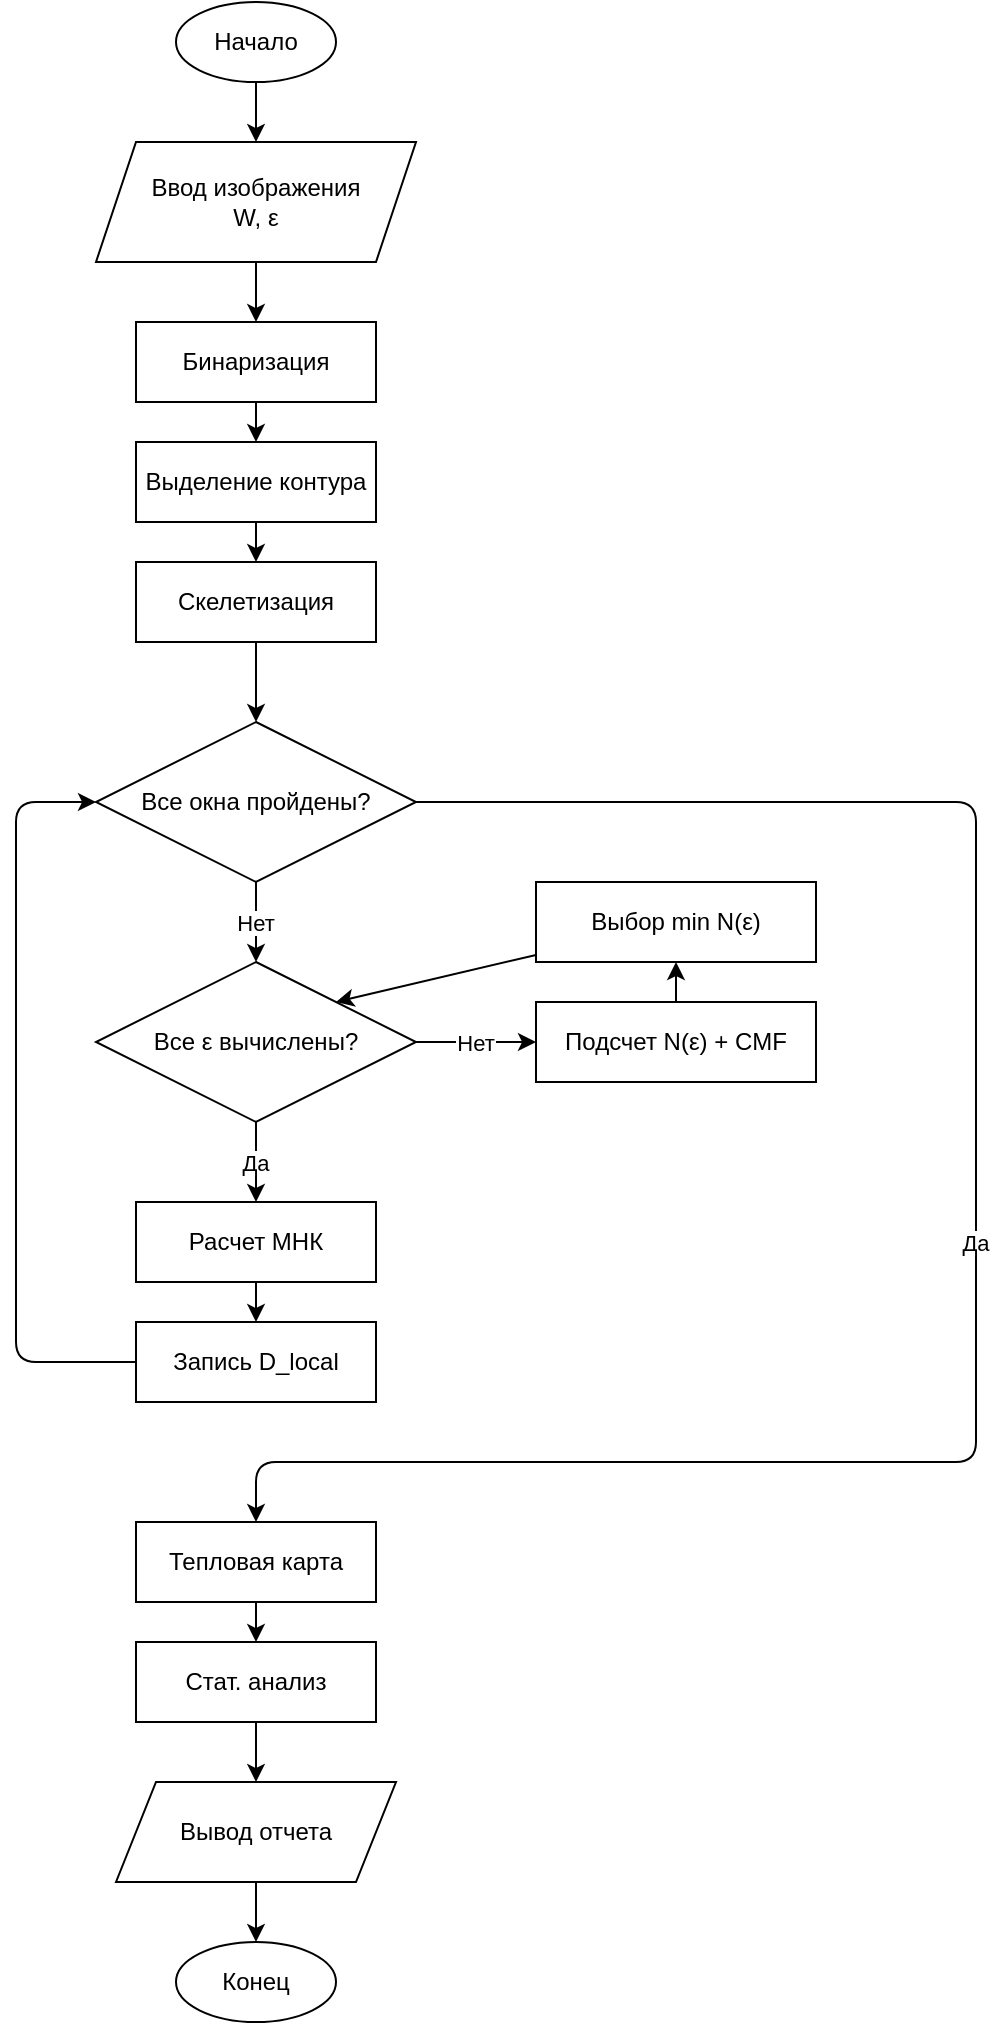
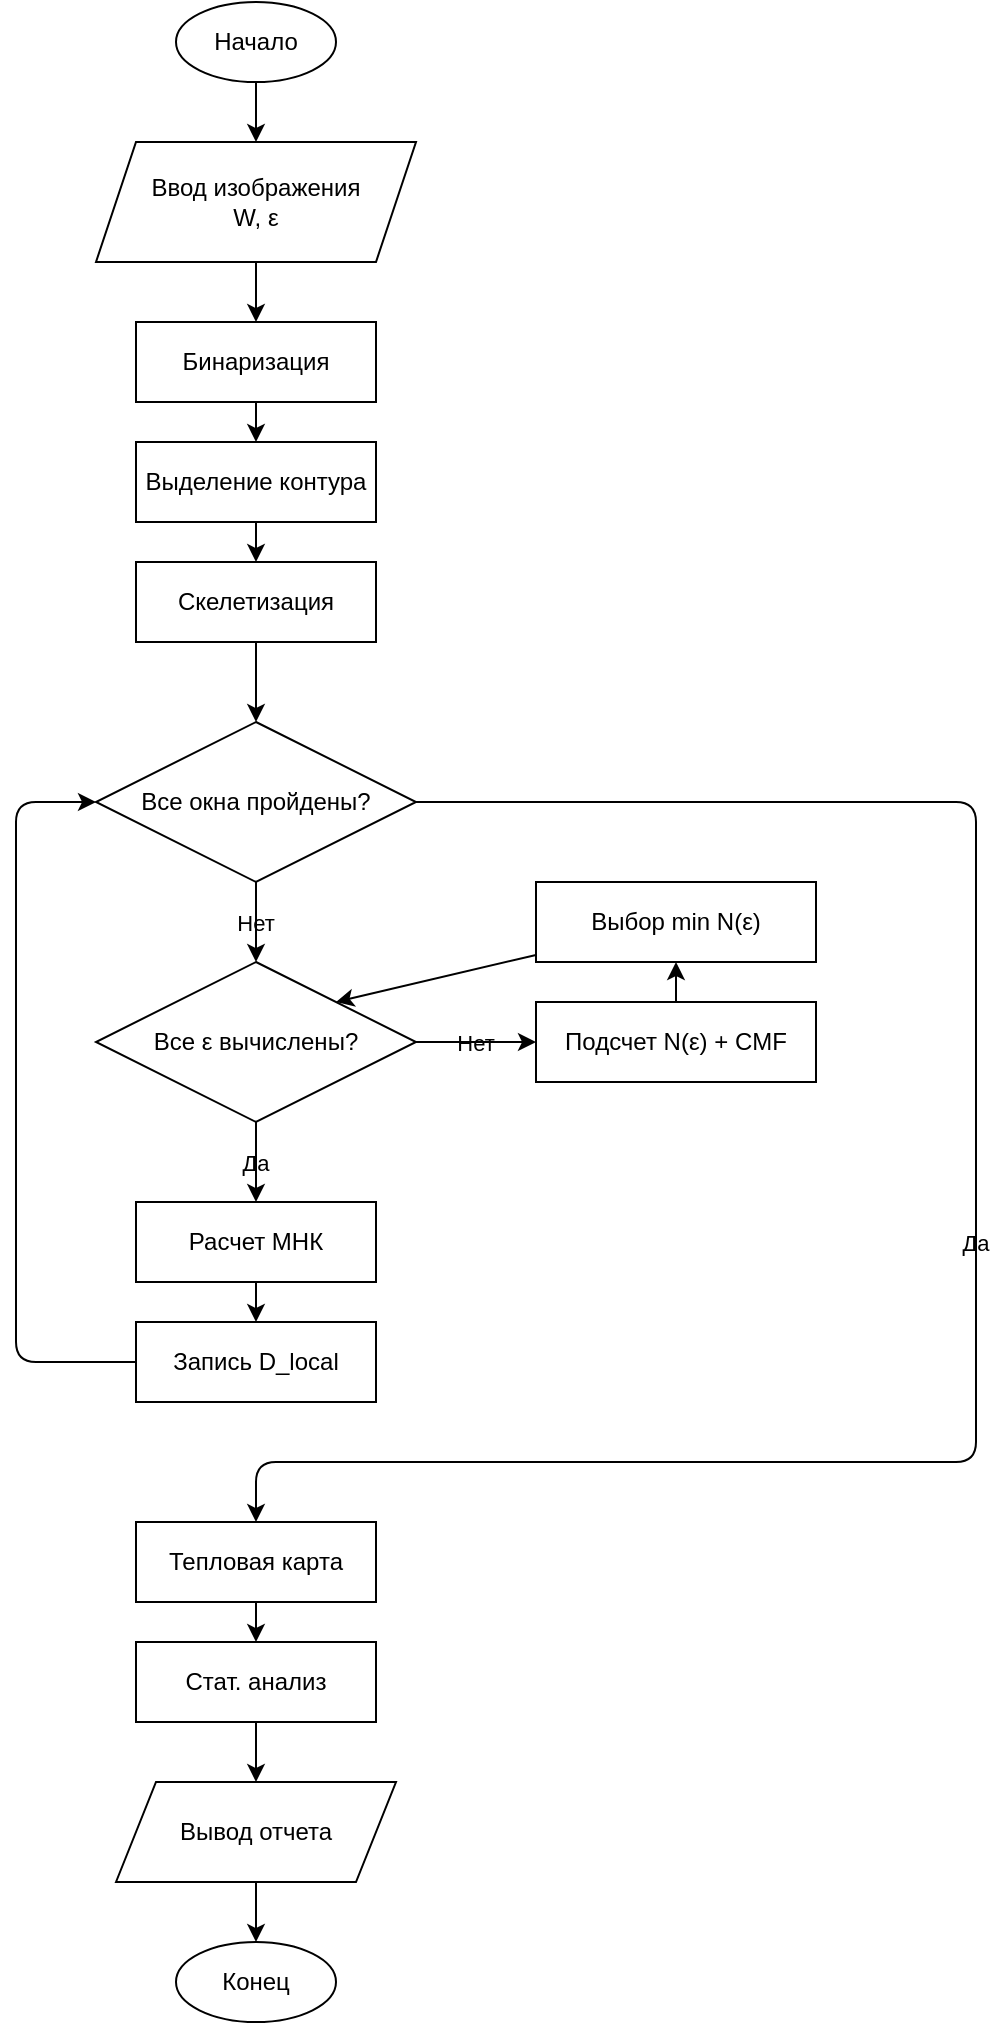
<mxfile host="app.diagrams.net" agent="Mozilla/5.0 (Windows NT 10.0; Win64; x64) AppleWebKit/537.36 (KHTML, like Gecko) Chrome/146.0.0.0 Safari/537.36">
  <diagram name="Страница-1" id="5RszcFqm--sPhPtSSHNC">
-     <mxGraphModel dx="1334" dy="853" grid="1" gridSize="10" guides="1" tooltips="1" connect="1" arrows="1" fold="1" page="1" pageScale="1" pageWidth="827" pageHeight="1169" math="0" shadow="0">
+     <mxGraphModel dx="1942" dy="1052" grid="1" gridSize="10" guides="1" tooltips="1" connect="1" arrows="1" fold="1" page="1" pageScale="1" pageWidth="827" pageHeight="1169" math="0" shadow="0">
      <root>
        <mxCell id="0" />
        <mxCell id="1" parent="0" />
-         <mxCell id="rsp-gIEi3x-SC83Q4U99-33" parent="1" style="ellipse;whiteSpace=wrap;" value="Начало" vertex="1">
+         <mxCell id="rsp-gIEi3x-SC83Q4U99-33" parent="1" style="ellipse;whiteSpace=wrap;labelBackgroundColor=none;" value="Начало" vertex="1">
          <mxGeometry height="40" width="80" x="320" y="20" as="geometry" />
        </mxCell>
-         <mxCell id="rsp-gIEi3x-SC83Q4U99-34" parent="1" style="shape=parallelogram;fixedSize=1;whiteSpace=wrap;" value="Ввод изображения&#xa;W, ε" vertex="1">
+         <mxCell id="rsp-gIEi3x-SC83Q4U99-34" parent="1" style="shape=parallelogram;fixedSize=1;whiteSpace=wrap;labelBackgroundColor=none;" value="Ввод изображения&#xa;W, ε" vertex="1">
          <mxGeometry height="60" width="160" x="280" y="90" as="geometry" />
        </mxCell>
-         <mxCell id="rsp-gIEi3x-SC83Q4U99-35" parent="1" style="rounded=0;whiteSpace=wrap;" value="Бинаризация" vertex="1">
+         <mxCell id="rsp-gIEi3x-SC83Q4U99-35" parent="1" style="rounded=0;whiteSpace=wrap;labelBackgroundColor=none;" value="Бинаризация" vertex="1">
          <mxGeometry height="40" width="120" x="300" y="180" as="geometry" />
        </mxCell>
-         <mxCell id="rsp-gIEi3x-SC83Q4U99-36" parent="1" style="rounded=0;whiteSpace=wrap;" value="Выделение контура" vertex="1">
+         <mxCell id="rsp-gIEi3x-SC83Q4U99-36" parent="1" style="rounded=0;whiteSpace=wrap;labelBackgroundColor=none;" value="Выделение контура" vertex="1">
          <mxGeometry height="40" width="120" x="300" y="240" as="geometry" />
        </mxCell>
-         <mxCell id="rsp-gIEi3x-SC83Q4U99-37" parent="1" style="rounded=0;whiteSpace=wrap;" value="Скелетизация" vertex="1">
+         <mxCell id="rsp-gIEi3x-SC83Q4U99-37" parent="1" style="rounded=0;whiteSpace=wrap;labelBackgroundColor=none;" value="Скелетизация" vertex="1">
          <mxGeometry height="40" width="120" x="300" y="300" as="geometry" />
        </mxCell>
-         <mxCell id="rsp-gIEi3x-SC83Q4U99-38" parent="1" style="rhombus;whiteSpace=wrap;" value="Все окна пройдены?" vertex="1">
+         <mxCell id="rsp-gIEi3x-SC83Q4U99-38" parent="1" style="rhombus;whiteSpace=wrap;labelBackgroundColor=none;" value="Все окна пройдены?" vertex="1">
          <mxGeometry height="80" width="160" x="280" y="380" as="geometry" />
        </mxCell>
-         <mxCell id="rsp-gIEi3x-SC83Q4U99-39" parent="1" style="rhombus;whiteSpace=wrap;" value="Все ε вычислены?" vertex="1">
+         <mxCell id="rsp-gIEi3x-SC83Q4U99-39" parent="1" style="rhombus;whiteSpace=wrap;labelBackgroundColor=none;" value="Все ε вычислены?" vertex="1">
          <mxGeometry height="80" width="160" x="280" y="500" as="geometry" />
        </mxCell>
-         <mxCell id="rsp-gIEi3x-SC83Q4U99-40" parent="1" style="rounded=0;whiteSpace=wrap;" value="Подсчет N(ε) + CMF" vertex="1">
+         <mxCell id="rsp-gIEi3x-SC83Q4U99-40" parent="1" style="rounded=0;whiteSpace=wrap;labelBackgroundColor=none;" value="Подсчет N(ε) + CMF" vertex="1">
          <mxGeometry height="40" width="140" x="500" y="520" as="geometry" />
        </mxCell>
-         <mxCell id="rsp-gIEi3x-SC83Q4U99-41" parent="1" style="rounded=0;whiteSpace=wrap;" value="Выбор min N(ε)" vertex="1">
+         <mxCell id="rsp-gIEi3x-SC83Q4U99-41" parent="1" style="rounded=0;whiteSpace=wrap;labelBackgroundColor=none;" value="Выбор min N(ε)" vertex="1">
          <mxGeometry height="40" width="140" x="500" y="460" as="geometry" />
        </mxCell>
-         <mxCell id="rsp-gIEi3x-SC83Q4U99-42" parent="1" style="rounded=0;whiteSpace=wrap;" value="Расчет МНК" vertex="1">
+         <mxCell id="rsp-gIEi3x-SC83Q4U99-42" parent="1" style="rounded=0;whiteSpace=wrap;labelBackgroundColor=none;" value="Расчет МНК" vertex="1">
          <mxGeometry height="40" width="120" x="300" y="620" as="geometry" />
        </mxCell>
-         <mxCell id="rsp-gIEi3x-SC83Q4U99-43" parent="1" style="rounded=0;whiteSpace=wrap;" value="Запись D_local" vertex="1">
+         <mxCell id="rsp-gIEi3x-SC83Q4U99-43" parent="1" style="rounded=0;whiteSpace=wrap;labelBackgroundColor=none;" value="Запись D_local" vertex="1">
          <mxGeometry height="40" width="120" x="300" y="680" as="geometry" />
        </mxCell>
-         <mxCell id="rsp-gIEi3x-SC83Q4U99-44" parent="1" style="rounded=0;whiteSpace=wrap;" value="Тепловая карта" vertex="1">
+         <mxCell id="rsp-gIEi3x-SC83Q4U99-44" parent="1" style="rounded=0;whiteSpace=wrap;labelBackgroundColor=none;" value="Тепловая карта" vertex="1">
          <mxGeometry height="40" width="120" x="300" y="780" as="geometry" />
        </mxCell>
-         <mxCell id="rsp-gIEi3x-SC83Q4U99-45" parent="1" style="rounded=0;whiteSpace=wrap;" value="Стат. анализ" vertex="1">
+         <mxCell id="rsp-gIEi3x-SC83Q4U99-45" parent="1" style="rounded=0;whiteSpace=wrap;labelBackgroundColor=none;" value="Стат. анализ" vertex="1">
          <mxGeometry height="40" width="120" x="300" y="840" as="geometry" />
        </mxCell>
-         <mxCell id="rsp-gIEi3x-SC83Q4U99-46" parent="1" style="shape=parallelogram;fixedSize=1;whiteSpace=wrap;" value="Вывод отчета" vertex="1">
+         <mxCell id="rsp-gIEi3x-SC83Q4U99-46" parent="1" style="shape=parallelogram;fixedSize=1;whiteSpace=wrap;labelBackgroundColor=none;" value="Вывод отчета" vertex="1">
          <mxGeometry height="50" width="140" x="290" y="910" as="geometry" />
        </mxCell>
-         <mxCell id="rsp-gIEi3x-SC83Q4U99-47" parent="1" style="ellipse;whiteSpace=wrap;" value="Конец" vertex="1">
+         <mxCell id="rsp-gIEi3x-SC83Q4U99-47" parent="1" style="ellipse;whiteSpace=wrap;labelBackgroundColor=none;" value="Конец" vertex="1">
          <mxGeometry height="40" width="80" x="320" y="990" as="geometry" />
        </mxCell>
-         <mxCell id="rsp-gIEi3x-SC83Q4U99-48" edge="1" parent="1" source="rsp-gIEi3x-SC83Q4U99-33" target="rsp-gIEi3x-SC83Q4U99-34">
+         <mxCell id="rsp-gIEi3x-SC83Q4U99-48" edge="1" parent="1" source="rsp-gIEi3x-SC83Q4U99-33" style="labelBackgroundColor=none;fontColor=default;" target="rsp-gIEi3x-SC83Q4U99-34">
          <mxGeometry relative="1" as="geometry" />
        </mxCell>
-         <mxCell id="rsp-gIEi3x-SC83Q4U99-49" edge="1" parent="1" source="rsp-gIEi3x-SC83Q4U99-34" target="rsp-gIEi3x-SC83Q4U99-35">
+         <mxCell id="rsp-gIEi3x-SC83Q4U99-49" edge="1" parent="1" source="rsp-gIEi3x-SC83Q4U99-34" style="labelBackgroundColor=none;fontColor=default;" target="rsp-gIEi3x-SC83Q4U99-35">
          <mxGeometry relative="1" as="geometry" />
        </mxCell>
-         <mxCell id="rsp-gIEi3x-SC83Q4U99-50" edge="1" parent="1" source="rsp-gIEi3x-SC83Q4U99-35" target="rsp-gIEi3x-SC83Q4U99-36">
+         <mxCell id="rsp-gIEi3x-SC83Q4U99-50" edge="1" parent="1" source="rsp-gIEi3x-SC83Q4U99-35" style="labelBackgroundColor=none;fontColor=default;" target="rsp-gIEi3x-SC83Q4U99-36">
          <mxGeometry relative="1" as="geometry" />
        </mxCell>
-         <mxCell id="rsp-gIEi3x-SC83Q4U99-51" edge="1" parent="1" source="rsp-gIEi3x-SC83Q4U99-36" target="rsp-gIEi3x-SC83Q4U99-37">
+         <mxCell id="rsp-gIEi3x-SC83Q4U99-51" edge="1" parent="1" source="rsp-gIEi3x-SC83Q4U99-36" style="labelBackgroundColor=none;fontColor=default;" target="rsp-gIEi3x-SC83Q4U99-37">
          <mxGeometry relative="1" as="geometry" />
        </mxCell>
-         <mxCell id="rsp-gIEi3x-SC83Q4U99-52" edge="1" parent="1" source="rsp-gIEi3x-SC83Q4U99-37" target="rsp-gIEi3x-SC83Q4U99-38">
+         <mxCell id="rsp-gIEi3x-SC83Q4U99-52" edge="1" parent="1" source="rsp-gIEi3x-SC83Q4U99-37" style="labelBackgroundColor=none;fontColor=default;" target="rsp-gIEi3x-SC83Q4U99-38">
          <mxGeometry relative="1" as="geometry" />
        </mxCell>
-         <mxCell id="rsp-gIEi3x-SC83Q4U99-53" edge="1" parent="1" source="rsp-gIEi3x-SC83Q4U99-38" target="rsp-gIEi3x-SC83Q4U99-39" value="Нет">
+         <mxCell id="rsp-gIEi3x-SC83Q4U99-53" edge="1" parent="1" source="rsp-gIEi3x-SC83Q4U99-38" style="labelBackgroundColor=none;fontColor=default;" target="rsp-gIEi3x-SC83Q4U99-39" value="Нет">
          <mxGeometry relative="1" as="geometry" />
        </mxCell>
-         <mxCell id="rsp-gIEi3x-SC83Q4U99-54" edge="1" parent="1" source="rsp-gIEi3x-SC83Q4U99-39" target="rsp-gIEi3x-SC83Q4U99-40" value="Нет">
+         <mxCell id="rsp-gIEi3x-SC83Q4U99-54" edge="1" parent="1" source="rsp-gIEi3x-SC83Q4U99-39" style="labelBackgroundColor=none;fontColor=default;" target="rsp-gIEi3x-SC83Q4U99-40" value="Нет">
          <mxGeometry relative="1" as="geometry" />
        </mxCell>
-         <mxCell id="rsp-gIEi3x-SC83Q4U99-55" edge="1" parent="1" source="rsp-gIEi3x-SC83Q4U99-40" target="rsp-gIEi3x-SC83Q4U99-41">
+         <mxCell id="rsp-gIEi3x-SC83Q4U99-55" edge="1" parent="1" source="rsp-gIEi3x-SC83Q4U99-40" style="labelBackgroundColor=none;fontColor=default;" target="rsp-gIEi3x-SC83Q4U99-41">
          <mxGeometry relative="1" as="geometry" />
        </mxCell>
-         <mxCell id="rsp-gIEi3x-SC83Q4U99-56" edge="1" parent="1" source="rsp-gIEi3x-SC83Q4U99-41" style="entryX=1;entryY=0;" target="rsp-gIEi3x-SC83Q4U99-39">
+         <mxCell id="rsp-gIEi3x-SC83Q4U99-56" edge="1" parent="1" source="rsp-gIEi3x-SC83Q4U99-41" style="entryX=1;entryY=0;labelBackgroundColor=none;fontColor=default;" target="rsp-gIEi3x-SC83Q4U99-39">
          <mxGeometry relative="1" as="geometry" />
        </mxCell>
-         <mxCell id="rsp-gIEi3x-SC83Q4U99-57" edge="1" parent="1" source="rsp-gIEi3x-SC83Q4U99-39" target="rsp-gIEi3x-SC83Q4U99-42" value="Да">
+         <mxCell id="rsp-gIEi3x-SC83Q4U99-57" edge="1" parent="1" source="rsp-gIEi3x-SC83Q4U99-39" style="labelBackgroundColor=none;fontColor=default;" target="rsp-gIEi3x-SC83Q4U99-42" value="Да">
          <mxGeometry relative="1" as="geometry" />
        </mxCell>
-         <mxCell id="rsp-gIEi3x-SC83Q4U99-58" edge="1" parent="1" source="rsp-gIEi3x-SC83Q4U99-42" target="rsp-gIEi3x-SC83Q4U99-43">
+         <mxCell id="rsp-gIEi3x-SC83Q4U99-58" edge="1" parent="1" source="rsp-gIEi3x-SC83Q4U99-42" style="labelBackgroundColor=none;fontColor=default;" target="rsp-gIEi3x-SC83Q4U99-43">
          <mxGeometry relative="1" as="geometry" />
        </mxCell>
-         <mxCell id="rsp-gIEi3x-SC83Q4U99-59" edge="1" parent="1" source="rsp-gIEi3x-SC83Q4U99-43" style="entryX=0;entryY=0.5;exitX=0;exitY=0.5;" target="rsp-gIEi3x-SC83Q4U99-38">
+         <mxCell id="rsp-gIEi3x-SC83Q4U99-59" edge="1" parent="1" source="rsp-gIEi3x-SC83Q4U99-43" style="entryX=0;entryY=0.5;exitX=0;exitY=0.5;labelBackgroundColor=none;fontColor=default;" target="rsp-gIEi3x-SC83Q4U99-38">
          <mxGeometry relative="1" as="geometry">
            <Array as="points">
              <mxPoint x="240" y="700" />
              <mxPoint x="240" y="420" />
            </Array>
            <mxPoint x="200" y="550" as="sourcePoint" />
            <mxPoint x="200" y="420" as="targetPoint" />
          </mxGeometry>
        </mxCell>
-         <mxCell id="rsp-gIEi3x-SC83Q4U99-60" edge="1" parent="1" source="rsp-gIEi3x-SC83Q4U99-38" target="rsp-gIEi3x-SC83Q4U99-44" value="Да">
+         <mxCell id="rsp-gIEi3x-SC83Q4U99-60" edge="1" parent="1" source="rsp-gIEi3x-SC83Q4U99-38" style="labelBackgroundColor=none;fontColor=default;" target="rsp-gIEi3x-SC83Q4U99-44" value="Да">
          <mxGeometry relative="1" as="geometry">
            <Array as="points">
              <mxPoint x="720" y="420" />
              <mxPoint x="720" y="620" />
              <mxPoint x="720" y="750" />
              <mxPoint x="360" y="750" />
            </Array>
          </mxGeometry>
        </mxCell>
-         <mxCell id="rsp-gIEi3x-SC83Q4U99-61" edge="1" parent="1" source="rsp-gIEi3x-SC83Q4U99-44" target="rsp-gIEi3x-SC83Q4U99-45">
+         <mxCell id="rsp-gIEi3x-SC83Q4U99-61" edge="1" parent="1" source="rsp-gIEi3x-SC83Q4U99-44" style="labelBackgroundColor=none;fontColor=default;" target="rsp-gIEi3x-SC83Q4U99-45">
          <mxGeometry relative="1" as="geometry" />
        </mxCell>
-         <mxCell id="rsp-gIEi3x-SC83Q4U99-62" edge="1" parent="1" source="rsp-gIEi3x-SC83Q4U99-45" target="rsp-gIEi3x-SC83Q4U99-46">
+         <mxCell id="rsp-gIEi3x-SC83Q4U99-62" edge="1" parent="1" source="rsp-gIEi3x-SC83Q4U99-45" style="labelBackgroundColor=none;fontColor=default;" target="rsp-gIEi3x-SC83Q4U99-46">
          <mxGeometry relative="1" as="geometry" />
        </mxCell>
-         <mxCell id="rsp-gIEi3x-SC83Q4U99-63" edge="1" parent="1" source="rsp-gIEi3x-SC83Q4U99-46" target="rsp-gIEi3x-SC83Q4U99-47">
+         <mxCell id="rsp-gIEi3x-SC83Q4U99-63" edge="1" parent="1" source="rsp-gIEi3x-SC83Q4U99-46" style="labelBackgroundColor=none;fontColor=default;" target="rsp-gIEi3x-SC83Q4U99-47">
          <mxGeometry relative="1" as="geometry" />
        </mxCell>
      </root>
    </mxGraphModel>
  </diagram>
</mxfile>
